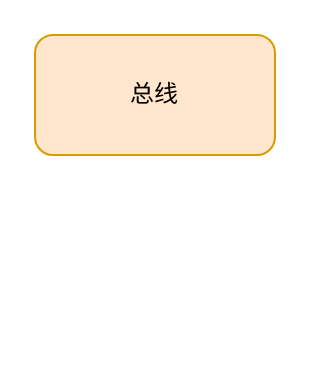
The draw.io diagram 未命名绘图.drawio in jy2015MyDream/MyDream, before the edit. Source tidied: cells renumbered, new cells numbered last; positions are measured from the earlier drawing's top-left corner, leaving out a move shared by most shapes. Both pictures are drawn from the tidied source at 200%, with x=0, y=0 at pixel (34, 34).
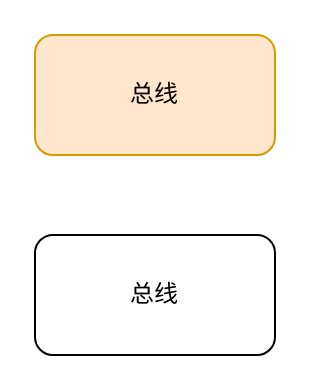
Above is the later version.

Diff of the diagram source:
```diff
@@
 <mxGraphModel>
   <root>
     <mxCell id="0" />
     <mxCell id="1" parent="0" />
     <mxCell id="2" value="总线" style="rounded=1;whiteSpace=wrap;html=1;fillColor=#ffe6cc;strokeColor=#d79b00;" parent="1" vertex="1">
       <mxGeometry width="120" height="60" as="geometry" />
     </mxCell>
+    <mxCell id="3" value="总线" style="rounded=1;whiteSpace=wrap;html=1;" parent="1" vertex="1">
+      <mxGeometry y="100" width="120" height="60" as="geometry" />
+    </mxCell>
   </root>
 </mxGraphModel>
```
